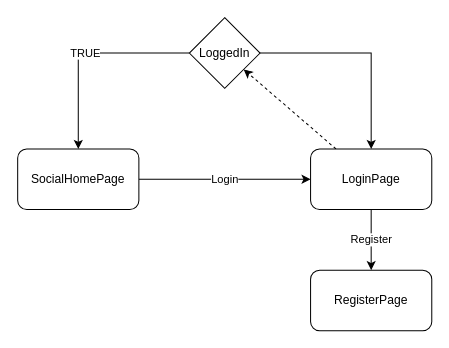
Earlier version of the draw.io diagram Untitled Diagram.drawio (arseneRuben/Wafrica). Source tidied: cells renumbered, new cells numbered last; positions are measured from the earlier drawing's top-left corner, leaving out a move shared by most shapes. Both pictures are drawn from the tidied source at 101%, with x=0, y=0 at pixel (17, 17).
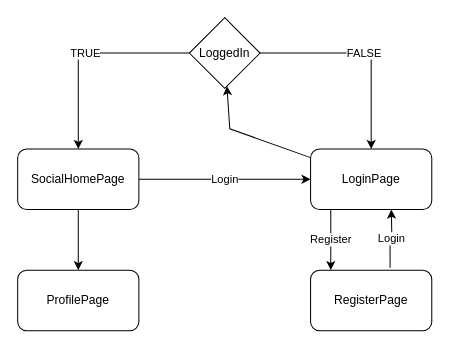
Above is the later version.

The edit, as a diff of the source:
```diff
@@
 <mxGraphModel>
   <root>
     <mxCell id="0" />
     <mxCell id="1" parent="0" />
     <mxCell id="2" value="Login" style="edgeStyle=orthogonalEdgeStyle;rounded=0;jettySize=auto;html=1;" parent="1" edge="1" source="3" target="6">
       <mxGeometry relative="1" as="geometry" />
     </mxCell>
+    <mxCell id="11" style="rounded=0;jettySize=auto;html=1;" parent="1" edge="1" source="3" target="13">
+      <mxGeometry relative="1" as="geometry" />
+    </mxCell>
     <mxCell id="3" value="SocialHomePage" style="rounded=1;whiteSpace=wrap;html=1;" parent="1" vertex="1">
       <mxGeometry y="130" width="120" height="60" as="geometry" />
     </mxCell>
-    <mxCell id="4" value="Register" style="edgeStyle=orthogonalEdgeStyle;rounded=0;jettySize=auto;html=1;entryX=0.5;entryY=0;entryDx=0;entryDy=0;" parent="1" edge="1" source="6" target="7">
-      <mxGeometry relative="1" as="geometry" />
+    <mxCell id="4" value="Register" style="rounded=0;orthogonalLoop=1;jettySize=auto;html=1;" parent="1" edge="1">
+      <mxGeometry relative="1" as="geometry">
+        <mxPoint x="310" y="190" as="sourcePoint" />
+        <mxPoint x="310" y="250" as="targetPoint" />
+      </mxGeometry>
     </mxCell>
-    <mxCell id="5" style="rounded=0;jettySize=auto;html=1;dashed=1;" parent="1" edge="1" source="6" target="10">
-      <mxGeometry relative="1" as="geometry" />
+    <mxCell id="5" style="rounded=0;jettySize=auto;html=1;" parent="1" edge="1" source="6" target="10">
+      <mxGeometry relative="1" as="geometry">
+        <Array as="points">
+          <mxPoint x="210" y="110" />
+        </Array>
+      </mxGeometry>
     </mxCell>
     <mxCell id="6" value="LoginPage" style="rounded=1;whiteSpace=wrap;html=1;" parent="1" vertex="1">
       <mxGeometry x="290" y="130" width="120" height="60" as="geometry" />
     </mxCell>
+    <mxCell id="12" value="Login" style="edgeStyle=orthogonalEdgeStyle;rounded=0;jettySize=auto;html=1;exitX=0.656;exitY=-0.04;exitDx=0;exitDy=0;exitPerimeter=0;" parent="1" edge="1" source="7">
+      <mxGeometry relative="1" as="geometry">
+        <mxPoint x="370" y="190" as="targetPoint" />
+      </mxGeometry>
+    </mxCell>
     <mxCell id="7" value="RegisterPage" style="rounded=1;whiteSpace=wrap;html=1;" parent="1" vertex="1">
       <mxGeometry x="290" y="250" width="120" height="60" as="geometry" />
     </mxCell>
     <mxCell id="8" value="TRUE" style="rounded=0;jettySize=auto;html=1;exitX=0;exitY=0.5;exitDx=0;exitDy=0;" parent="1" edge="1" source="10" target="3">
       <mxGeometry relative="1" as="geometry">
         <Array as="points">
           <mxPoint x="60" y="35" />
         </Array>
       </mxGeometry>
     </mxCell>
-    <mxCell id="9" style="rounded=0;jettySize=auto;html=1;entryX=0.5;entryY=0;entryDx=0;entryDy=0;" parent="1" edge="1" source="10" target="6">
+    <mxCell id="9" value="FALSE" style="rounded=0;jettySize=auto;html=1;entryX=0.5;entryY=0;entryDx=0;entryDy=0;" parent="1" edge="1" source="10" target="6">
       <mxGeometry relative="1" as="geometry">
         <Array as="points">
           <mxPoint x="350" y="35" />
         </Array>
       </mxGeometry>
     </mxCell>
     <mxCell id="10" value="LoggedIn" style="rhombus;whiteSpace=wrap;html=1;" parent="1" vertex="1">
       <mxGeometry x="170" width="70" height="70" as="geometry" />
     </mxCell>
+    <mxCell id="13" value="ProfilePage" style="rounded=1;whiteSpace=wrap;html=1;" parent="1" vertex="1">
+      <mxGeometry y="250" width="120" height="60" as="geometry" />
+    </mxCell>
   </root>
 </mxGraphModel>
```
